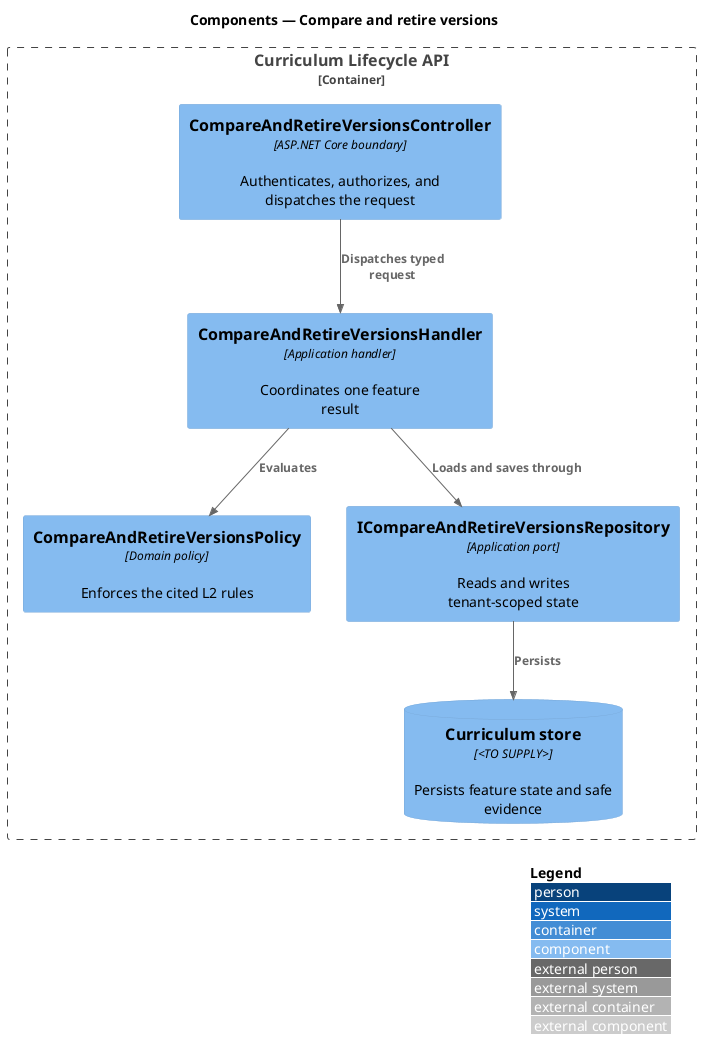
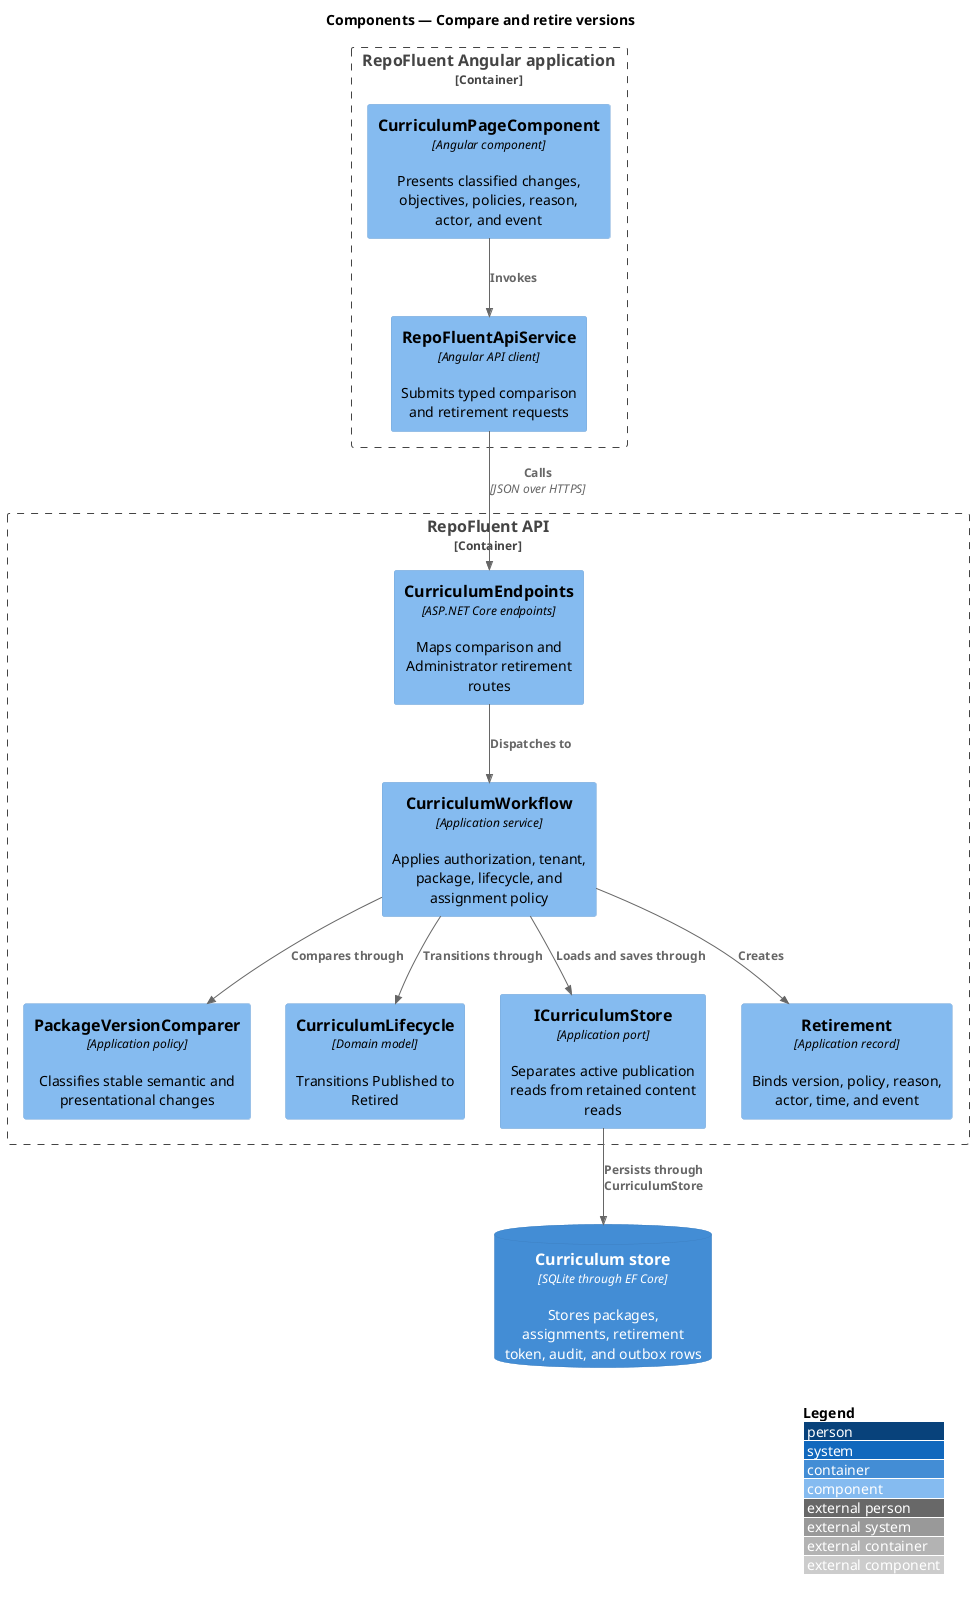
@startuml
!include <C4/C4_Component>
LAYOUT_WITH_LEGEND()
title Components — Compare and retire versions

- Container_Boundary(api, "Curriculum Lifecycle API") {
-   Component(controller, "CompareAndRetireVersionsController", "ASP.NET Core boundary", "Authenticates, authorizes, and dispatches the request")
-   Component(handler, "CompareAndRetireVersionsHandler", "Application handler", "Coordinates one feature result")
-   Component(policy, "CompareAndRetireVersionsPolicy", "Domain policy", "Enforces the cited L2 rules")
-   Component(repository, "ICompareAndRetireVersionsRepository", "Application port", "Reads and writes tenant-scoped state")
-   ComponentDb(store, "Curriculum store", "<TO SUPPLY>", "Persists feature state and safe evidence")
+ Container_Boundary(web, "RepoFluent Angular application") {
+   Component(page, "CurriculumPageComponent", "Angular component", "Presents classified changes, objectives, policies, reason, actor, and event")
+   Component(client, "RepoFluentApiService", "Angular API client", "Submits typed comparison and retirement requests")
}

- Rel(controller, handler, "Dispatches typed request")
- Rel(handler, policy, "Evaluates")
- Rel(handler, repository, "Loads and saves through")
- Rel(repository, store, "Persists")
+ Container_Boundary(api, "RepoFluent API") {
+   Component(endpoints, "CurriculumEndpoints", "ASP.NET Core endpoints", "Maps comparison and Administrator retirement routes")
+   Component(workflow, "CurriculumWorkflow", "Application service", "Applies authorization, tenant, package, lifecycle, and assignment policy")
+   Component(comparer, "PackageVersionComparer", "Application policy", "Classifies stable semantic and presentational changes")
+   Component(lifecycle, "CurriculumLifecycle", "Domain model", "Transitions Published to Retired")
+   Component(port, "ICurriculumStore", "Application port", "Separates active publication reads from retained content reads")
+   Component(retirement, "Retirement", "Application record", "Binds version, policy, reason, actor, time, and event")
+ }
+ 
+ ContainerDb(store, "Curriculum store", "SQLite through EF Core", "Stores packages, assignments, retirement token, audit, and outbox rows")
+ 
+ Rel(page, client, "Invokes")
+ Rel(client, endpoints, "Calls", "JSON over HTTPS")
+ Rel(endpoints, workflow, "Dispatches to")
+ Rel(workflow, comparer, "Compares through")
+ Rel(workflow, lifecycle, "Transitions through")
+ Rel(workflow, retirement, "Creates")
+ Rel(workflow, port, "Loads and saves through")
+ Rel(port, store, "Persists through CurriculumStore")
@enduml
